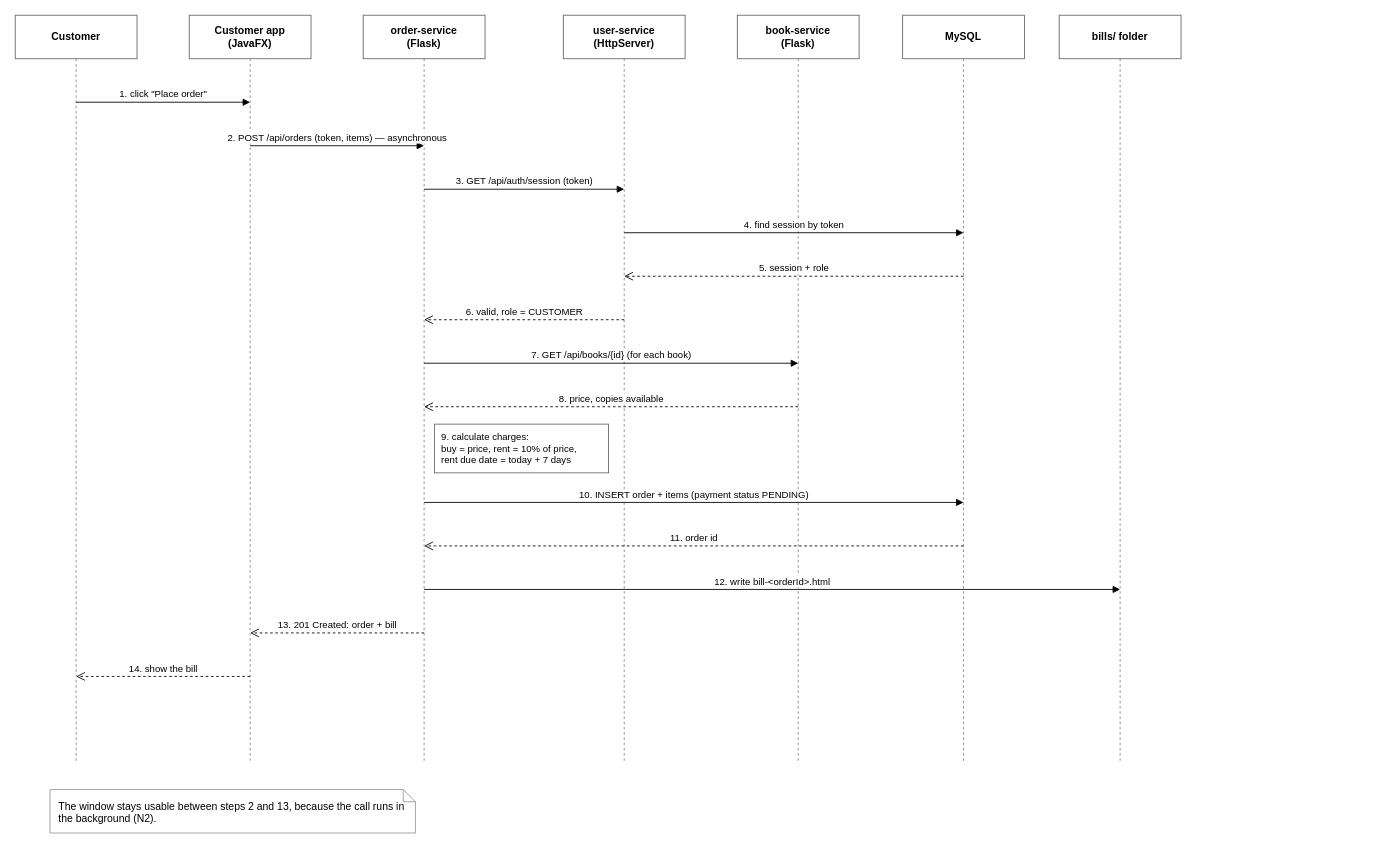
Above: docs/02-design/diagrams/sequence-place-order.drawio in KFUPMer/csce310-bookstore (draw.io), before the change. Source tidied: cells renumbered, new cells numbered last; positions are measured from the earlier drawing's top-left corner, leaving out a move shared by most shapes. Both pictures are drawn from the tidied source at 87%, with x=0, y=0 at pixel (15, 15).
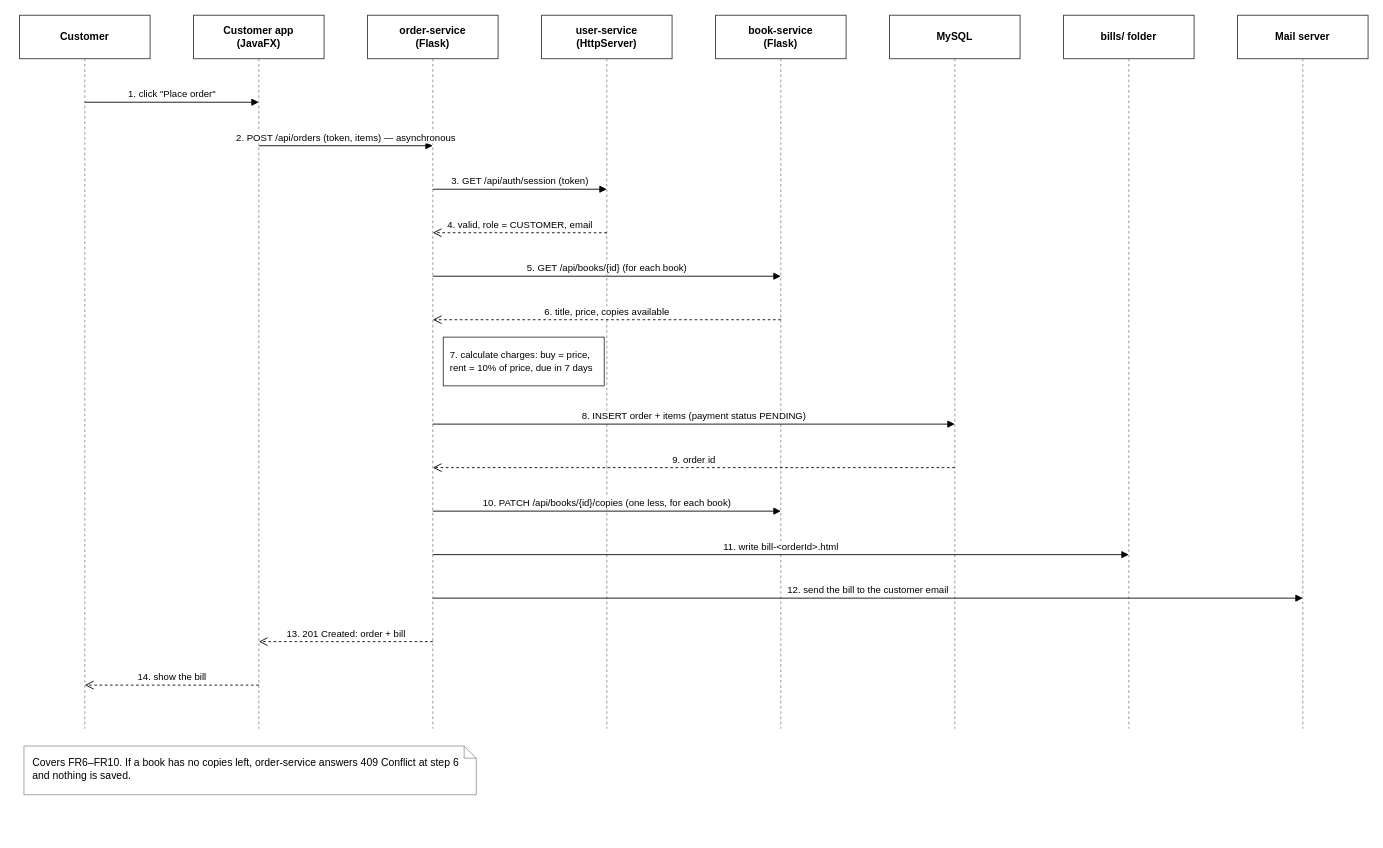
Above is the later version.

Change to the diagram source:
```diff
@@
-    <mxCell id="2" value="Customer" style="rounded=0;whiteSpace=wrap;html=1;fontStyle=1;fontSize=12;fillColor=#ffffff;strokeColor=#666666;" parent="1" vertex="1">
-      <mxGeometry width="140" height="50" as="geometry" />
+    <mxCell id="2" value="Customer" style="rounded=0;whiteSpace=wrap;html=1;fontStyle=1;fontSize=12;fillColor=#ffffff;strokeColor=#333333;" parent="1" vertex="1">
+      <mxGeometry x="5" width="150" height="50" as="geometry" />
     </mxCell>
     <mxCell id="3" style="endArrow=none;dashed=1;html=1;strokeColor=#888888;" parent="1" edge="1">
       <mxGeometry relative="1" as="geometry">
-        <mxPoint x="70" y="50" as="sourcePoint" />
-        <mxPoint x="70" y="860" as="targetPoint" />
+        <mxPoint x="80" y="50" as="sourcePoint" />
+        <mxPoint x="80" y="820" as="targetPoint" />
       </mxGeometry>
     </mxCell>
-    <mxCell id="4" value="Customer app&lt;br&gt;(JavaFX)" style="rounded=0;whiteSpace=wrap;html=1;fontStyle=1;fontSize=12;fillColor=#ffffff;strokeColor=#666666;" parent="1" vertex="1">
-      <mxGeometry x="200" width="140" height="50" as="geometry" />
+    <mxCell id="4" value="Customer app&lt;br&gt;(JavaFX)" style="rounded=0;whiteSpace=wrap;html=1;fontStyle=1;fontSize=12;fillColor=#ffffff;strokeColor=#333333;" parent="1" vertex="1">
+      <mxGeometry x="205" width="150" height="50" as="geometry" />
     </mxCell>
     <mxCell id="5" style="endArrow=none;dashed=1;html=1;strokeColor=#888888;" parent="1" edge="1">
       <mxGeometry relative="1" as="geometry">
-        <mxPoint x="270" y="50" as="sourcePoint" />
-        <mxPoint x="270" y="860" as="targetPoint" />
+        <mxPoint x="280" y="50" as="sourcePoint" />
+        <mxPoint x="280" y="820" as="targetPoint" />
       </mxGeometry>
     </mxCell>
-    <mxCell id="6" value="order-service&lt;br&gt;(Flask)" style="rounded=0;whiteSpace=wrap;html=1;fontStyle=1;fontSize=12;fillColor=#ffffff;strokeColor=#666666;" parent="1" vertex="1">
-      <mxGeometry x="400" width="140" height="50" as="geometry" />
+    <mxCell id="6" value="order-service&lt;br&gt;(Flask)" style="rounded=0;whiteSpace=wrap;html=1;fontStyle=1;fontSize=12;fillColor=#ffffff;strokeColor=#333333;" parent="1" vertex="1">
+      <mxGeometry x="405" width="150" height="50" as="geometry" />
     </mxCell>
     <mxCell id="7" style="endArrow=none;dashed=1;html=1;strokeColor=#888888;" parent="1" edge="1">
       <mxGeometry relative="1" as="geometry">
-        <mxPoint x="470" y="50" as="sourcePoint" />
-        <mxPoint x="470" y="860" as="targetPoint" />
+        <mxPoint x="480" y="50" as="sourcePoint" />
+        <mxPoint x="480" y="820" as="targetPoint" />
       </mxGeometry>
     </mxCell>
-    <mxCell id="8" value="user-service&lt;br&gt;(HttpServer)" style="rounded=0;whiteSpace=wrap;html=1;fontStyle=1;fontSize=12;fillColor=#ffffff;strokeColor=#666666;" parent="1" vertex="1">
-      <mxGeometry x="630" width="140" height="50" as="geometry" />
+    <mxCell id="8" value="user-service&lt;br&gt;(HttpServer)" style="rounded=0;whiteSpace=wrap;html=1;fontStyle=1;fontSize=12;fillColor=#ffffff;strokeColor=#333333;" parent="1" vertex="1">
+      <mxGeometry x="605" width="150" height="50" as="geometry" />
     </mxCell>
     <mxCell id="9" style="endArrow=none;dashed=1;html=1;strokeColor=#888888;" parent="1" edge="1">
       <mxGeometry relative="1" as="geometry">
-        <mxPoint x="700" y="50" as="sourcePoint" />
-        <mxPoint x="700" y="860" as="targetPoint" />
+        <mxPoint x="680" y="50" as="sourcePoint" />
+        <mxPoint x="680" y="820" as="targetPoint" />
       </mxGeometry>
     </mxCell>
-    <mxCell id="10" value="book-service&lt;br&gt;(Flask)" style="rounded=0;whiteSpace=wrap;html=1;fontStyle=1;fontSize=12;fillColor=#ffffff;strokeColor=#666666;" parent="1" vertex="1">
-      <mxGeometry x="830" width="140" height="50" as="geometry" />
+    <mxCell id="10" value="book-service&lt;br&gt;(Flask)" style="rounded=0;whiteSpace=wrap;html=1;fontStyle=1;fontSize=12;fillColor=#ffffff;strokeColor=#333333;" parent="1" vertex="1">
+      <mxGeometry x="805" width="150" height="50" as="geometry" />
     </mxCell>
     <mxCell id="11" style="endArrow=none;dashed=1;html=1;strokeColor=#888888;" parent="1" edge="1">
       <mxGeometry relative="1" as="geometry">
-        <mxPoint x="900" y="50" as="sourcePoint" />
-        <mxPoint x="900" y="860" as="targetPoint" />
+        <mxPoint x="880" y="50" as="sourcePoint" />
+        <mxPoint x="880" y="820" as="targetPoint" />
       </mxGeometry>
     </mxCell>
-    <mxCell id="12" value="MySQL" style="rounded=0;whiteSpace=wrap;html=1;fontStyle=1;fontSize=12;fillColor=#ffffff;strokeColor=#666666;" parent="1" vertex="1">
-      <mxGeometry x="1020" width="140" height="50" as="geometry" />
+    <mxCell id="12" value="MySQL" style="rounded=0;whiteSpace=wrap;html=1;fontStyle=1;fontSize=12;fillColor=#ffffff;strokeColor=#333333;" parent="1" vertex="1">
+      <mxGeometry x="1005" width="150" height="50" as="geometry" />
     </mxCell>
     <mxCell id="13" style="endArrow=none;dashed=1;html=1;strokeColor=#888888;" parent="1" edge="1">
       <mxGeometry relative="1" as="geometry">
-        <mxPoint x="1090" y="50" as="sourcePoint" />
-        <mxPoint x="1090" y="860" as="targetPoint" />
+        <mxPoint x="1080" y="50" as="sourcePoint" />
+        <mxPoint x="1080" y="820" as="targetPoint" />
       </mxGeometry>
     </mxCell>
-    <mxCell id="14" value="bills/ folder" style="rounded=0;whiteSpace=wrap;html=1;fontStyle=1;fontSize=12;fillColor=#ffffff;strokeColor=#666666;" parent="1" vertex="1">
-      <mxGeometry x="1200" width="140" height="50" as="geometry" />
+    <mxCell id="14" value="bills/ folder" style="rounded=0;whiteSpace=wrap;html=1;fontStyle=1;fontSize=12;fillColor=#ffffff;strokeColor=#333333;" parent="1" vertex="1">
+      <mxGeometry x="1205" width="150" height="50" as="geometry" />
     </mxCell>
     <mxCell id="15" style="endArrow=none;dashed=1;html=1;strokeColor=#888888;" parent="1" edge="1">
       <mxGeometry relative="1" as="geometry">
-        <mxPoint x="1270" y="50" as="sourcePoint" />
-        <mxPoint x="1270" y="860" as="targetPoint" />
+        <mxPoint x="1280" y="50" as="sourcePoint" />
+        <mxPoint x="1280" y="820" as="targetPoint" />
       </mxGeometry>
     </mxCell>
-    <mxCell id="16" value="1. click &quot;Place order&quot;" style="endArrow=block;endFill=1;html=1;rounded=0;fontSize=11;verticalAlign=bottom;" parent="1" edge="1">
-      <mxGeometry relative="1" as="geometry">
-        <mxPoint x="70" y="100" as="sourcePoint" />
-        <mxPoint x="270" y="100" as="targetPoint" />
-      </mxGeometry>
+    <mxCell id="16" value="Mail server" style="rounded=0;whiteSpace=wrap;html=1;fontStyle=1;fontSize=12;fillColor=#ffffff;strokeColor=#333333;" parent="1" vertex="1">
+      <mxGeometry x="1405" width="150" height="50" as="geometry" />
     </mxCell>
-    <mxCell id="17" value="2. POST /api/orders (token, items) — asynchronous" style="endArrow=block;endFill=1;html=1;rounded=0;fontSize=11;verticalAlign=bottom;" parent="1" edge="1">
+    <mxCell id="17" style="endArrow=none;dashed=1;html=1;strokeColor=#888888;" parent="1" edge="1">
       <mxGeometry relative="1" as="geometry">
-        <mxPoint x="270" y="150" as="sourcePoint" />
-        <mxPoint x="470" y="150" as="targetPoint" />
+        <mxPoint x="1480" y="50" as="sourcePoint" />
+        <mxPoint x="1480" y="820" as="targetPoint" />
       </mxGeometry>
     </mxCell>
-    <mxCell id="18" value="3. GET /api/auth/session (token)" style="endArrow=block;endFill=1;html=1;rounded=0;fontSize=11;verticalAlign=bottom;" parent="1" edge="1">
+    <mxCell id="18" value="1. click &quot;Place order&quot;" style="endArrow=block;endFill=1;html=1;rounded=0;fontSize=11;verticalAlign=bottom;" parent="1" edge="1">
       <mxGeometry relative="1" as="geometry">
-        <mxPoint x="470" y="200" as="sourcePoint" />
-        <mxPoint x="700" y="200" as="targetPoint" />
+        <mxPoint x="80" y="100" as="sourcePoint" />
+        <mxPoint x="280" y="100" as="targetPoint" />
       </mxGeometry>
     </mxCell>
-    <mxCell id="19" value="4. find session by token" style="endArrow=block;endFill=1;html=1;rounded=0;fontSize=11;verticalAlign=bottom;" parent="1" edge="1">
+    <mxCell id="19" value="2. POST /api/orders (token, items) — asynchronous" style="endArrow=block;endFill=1;html=1;rounded=0;fontSize=11;verticalAlign=bottom;" parent="1" edge="1">
       <mxGeometry relative="1" as="geometry">
-        <mxPoint x="700" y="250" as="sourcePoint" />
-        <mxPoint x="1090" y="250" as="targetPoint" />
+        <mxPoint x="280" y="150" as="sourcePoint" />
+        <mxPoint x="480" y="150" as="targetPoint" />
       </mxGeometry>
     </mxCell>
-    <mxCell id="20" value="5. session + role" style="endArrow=open;endSize=8;dashed=1;html=1;rounded=0;fontSize=11;verticalAlign=bottom;" parent="1" edge="1">
+    <mxCell id="20" value="3. GET /api/auth/session (token)" style="endArrow=block;endFill=1;html=1;rounded=0;fontSize=11;verticalAlign=bottom;" parent="1" edge="1">
       <mxGeometry relative="1" as="geometry">
-        <mxPoint x="1090" y="300" as="sourcePoint" />
-        <mxPoint x="700" y="300" as="targetPoint" />
+        <mxPoint x="480" y="200" as="sourcePoint" />
+        <mxPoint x="680" y="200" as="targetPoint" />
       </mxGeometry>
     </mxCell>
-    <mxCell id="21" value="6. valid, role = CUSTOMER" style="endArrow=open;endSize=8;dashed=1;html=1;rounded=0;fontSize=11;verticalAlign=bottom;" parent="1" edge="1">
+    <mxCell id="21" value="4. valid, role = CUSTOMER, email" style="endArrow=open;endSize=8;dashed=1;html=1;rounded=0;fontSize=11;verticalAlign=bottom;" parent="1" edge="1">
       <mxGeometry relative="1" as="geometry">
-        <mxPoint x="700" y="350" as="sourcePoint" />
-        <mxPoint x="470" y="350" as="targetPoint" />
+        <mxPoint x="680" y="250" as="sourcePoint" />
+        <mxPoint x="480" y="250" as="targetPoint" />
       </mxGeometry>
     </mxCell>
-    <mxCell id="22" value="7. GET /api/books/{id} (for each book)" style="endArrow=block;endFill=1;html=1;rounded=0;fontSize=11;verticalAlign=bottom;" parent="1" edge="1">
+    <mxCell id="22" value="5. GET /api/books/{id} (for each book)" style="endArrow=block;endFill=1;html=1;rounded=0;fontSize=11;verticalAlign=bottom;" parent="1" edge="1">
       <mxGeometry relative="1" as="geometry">
-        <mxPoint x="470" y="400" as="sourcePoint" />
-        <mxPoint x="900" y="400" as="targetPoint" />
+        <mxPoint x="480" y="300" as="sourcePoint" />
+        <mxPoint x="880" y="300" as="targetPoint" />
       </mxGeometry>
     </mxCell>
-    <mxCell id="23" value="8. price, copies available" style="endArrow=open;endSize=8;dashed=1;html=1;rounded=0;fontSize=11;verticalAlign=bottom;" parent="1" edge="1">
+    <mxCell id="23" value="6. title, price, copies available" style="endArrow=open;endSize=8;dashed=1;html=1;rounded=0;fontSize=11;verticalAlign=bottom;" parent="1" edge="1">
       <mxGeometry relative="1" as="geometry">
-        <mxPoint x="900" y="450" as="sourcePoint" />
-        <mxPoint x="470" y="450" as="targetPoint" />
+        <mxPoint x="880" y="350" as="sourcePoint" />
+        <mxPoint x="480" y="350" as="targetPoint" />
       </mxGeometry>
     </mxCell>
-    <mxCell id="24" value="9. calculate charges:&lt;br&gt;buy = price, rent = 10% of price,&lt;br&gt;rent due date = today + 7 days" style="rounded=0;whiteSpace=wrap;html=1;fontSize=11;align=left;spacingLeft=6;fillColor=#ffffff;strokeColor=#666666;" parent="1" vertex="1">
-      <mxGeometry x="482" y="470" width="200" height="56" as="geometry" />
+    <mxCell id="24" value="7. calculate charges: buy = price,&lt;br&gt;rent = 10% of price, due in 7 days" style="rounded=0;whiteSpace=wrap;html=1;fontSize=11;align=left;spacingLeft=6;fillColor=#ffffff;strokeColor=#333333;" parent="1" vertex="1">
+      <mxGeometry x="492" y="370" width="185" height="56" as="geometry" />
     </mxCell>
-    <mxCell id="25" value="10. INSERT order + items (payment status PENDING)" style="endArrow=block;endFill=1;html=1;rounded=0;fontSize=11;verticalAlign=bottom;" parent="1" edge="1">
+    <mxCell id="25" value="8. INSERT order + items (payment status PENDING)" style="endArrow=block;endFill=1;html=1;rounded=0;fontSize=11;verticalAlign=bottom;" parent="1" edge="1">
       <mxGeometry relative="1" as="geometry">
-        <mxPoint x="470" y="560" as="sourcePoint" />
-        <mxPoint x="1090" y="560" as="targetPoint" />
+        <mxPoint x="480" y="470" as="sourcePoint" />
+        <mxPoint x="1080" y="470" as="targetPoint" />
       </mxGeometry>
     </mxCell>
-    <mxCell id="26" value="11. order id" style="endArrow=open;endSize=8;dashed=1;html=1;rounded=0;fontSize=11;verticalAlign=bottom;" parent="1" edge="1">
+    <mxCell id="26" value="9. order id" style="endArrow=open;endSize=8;dashed=1;html=1;rounded=0;fontSize=11;verticalAlign=bottom;" parent="1" edge="1">
       <mxGeometry relative="1" as="geometry">
-        <mxPoint x="1090" y="610" as="sourcePoint" />
-        <mxPoint x="470" y="610" as="targetPoint" />
+        <mxPoint x="1080" y="520" as="sourcePoint" />
+        <mxPoint x="480" y="520" as="targetPoint" />
       </mxGeometry>
     </mxCell>
-    <mxCell id="27" value="12. write bill-&amp;lt;orderId&amp;gt;.html" style="endArrow=block;endFill=1;html=1;rounded=0;fontSize=11;verticalAlign=bottom;" parent="1" edge="1">
+    <mxCell id="27" value="10. PATCH /api/books/{id}/copies (one less, for each book)" style="endArrow=block;endFill=1;html=1;rounded=0;fontSize=11;verticalAlign=bottom;" parent="1" edge="1">
       <mxGeometry relative="1" as="geometry">
-        <mxPoint x="470" y="660" as="sourcePoint" />
-        <mxPoint x="1270" y="660" as="targetPoint" />
+        <mxPoint x="480" y="570" as="sourcePoint" />
+        <mxPoint x="880" y="570" as="targetPoint" />
       </mxGeometry>
     </mxCell>
-    <mxCell id="28" value="13. 201 Created: order + bill" style="endArrow=open;endSize=8;dashed=1;html=1;rounded=0;fontSize=11;verticalAlign=bottom;" parent="1" edge="1">
+    <mxCell id="28" value="11. write bill-&amp;lt;orderId&amp;gt;.html" style="endArrow=block;endFill=1;html=1;rounded=0;fontSize=11;verticalAlign=bottom;" parent="1" edge="1">
       <mxGeometry relative="1" as="geometry">
-        <mxPoint x="470" y="710" as="sourcePoint" />
-        <mxPoint x="270" y="710" as="targetPoint" />
+        <mxPoint x="480" y="620" as="sourcePoint" />
+        <mxPoint x="1280" y="620" as="targetPoint" />
       </mxGeometry>
     </mxCell>
-    <mxCell id="29" value="14. show the bill" style="endArrow=open;endSize=8;dashed=1;html=1;rounded=0;fontSize=11;verticalAlign=bottom;" parent="1" edge="1">
+    <mxCell id="29" value="12. send the bill to the customer email" style="endArrow=block;endFill=1;html=1;rounded=0;fontSize=11;verticalAlign=bottom;" parent="1" edge="1">
       <mxGeometry relative="1" as="geometry">
-        <mxPoint x="270" y="760" as="sourcePoint" />
-        <mxPoint x="70" y="760" as="targetPoint" />
+        <mxPoint x="480" y="670" as="sourcePoint" />
+        <mxPoint x="1480" y="670" as="targetPoint" />
       </mxGeometry>
     </mxCell>
-    <mxCell id="30" value="The window stays usable between steps 2 and 13, because the call runs in the background (N2)." style="shape=note;size=14;whiteSpace=wrap;html=1;align=left;verticalAlign=top;spacingLeft=8;spacingTop=6;fillColor=#ffffff;strokeColor=#999999;fontSize=12;" parent="1" vertex="1">
-      <mxGeometry x="40" y="890" width="420" height="50" as="geometry" />
+    <mxCell id="30" value="13. 201 Created: order + bill" style="endArrow=open;endSize=8;dashed=1;html=1;rounded=0;fontSize=11;verticalAlign=bottom;" parent="1" edge="1">
+      <mxGeometry relative="1" as="geometry">
+        <mxPoint x="480" y="720" as="sourcePoint" />
+        <mxPoint x="280" y="720" as="targetPoint" />
+      </mxGeometry>
     </mxCell>
+    <mxCell id="31" value="14. show the bill" style="endArrow=open;endSize=8;dashed=1;html=1;rounded=0;fontSize=11;verticalAlign=bottom;" parent="1" edge="1">
+      <mxGeometry relative="1" as="geometry">
+        <mxPoint x="280" y="770" as="sourcePoint" />
+        <mxPoint x="80" y="770" as="targetPoint" />
+      </mxGeometry>
+    </mxCell>
+    <mxCell id="32" value="Covers FR6–FR10. If a book has no copies left, order-service answers 409 Conflict at step 6 and nothing is saved." style="shape=note;size=14;whiteSpace=wrap;html=1;align=left;verticalAlign=top;spacingLeft=8;spacingTop=6;fillColor=#ffffff;strokeColor=#999999;fontSize=12;" parent="1" vertex="1">
+      <mxGeometry x="10" y="840" width="520" height="56" as="geometry" />
+    </mxCell>
```
